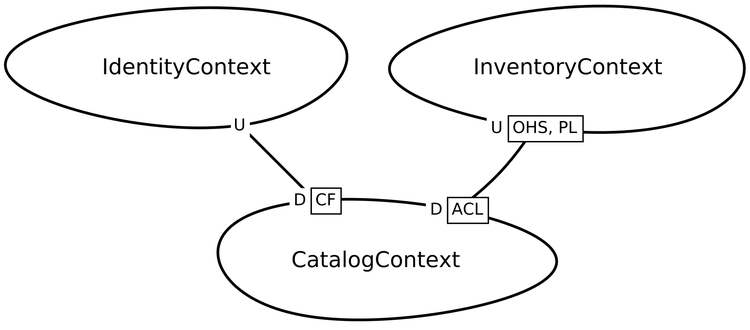
This is src-gen/movies-albrains_ContextMap.png from movies-albrains/.github, a Graphviz export, as it was before one commit. Its source is kept beside it as src-gen/movies-albrains_ContextMap.gv.
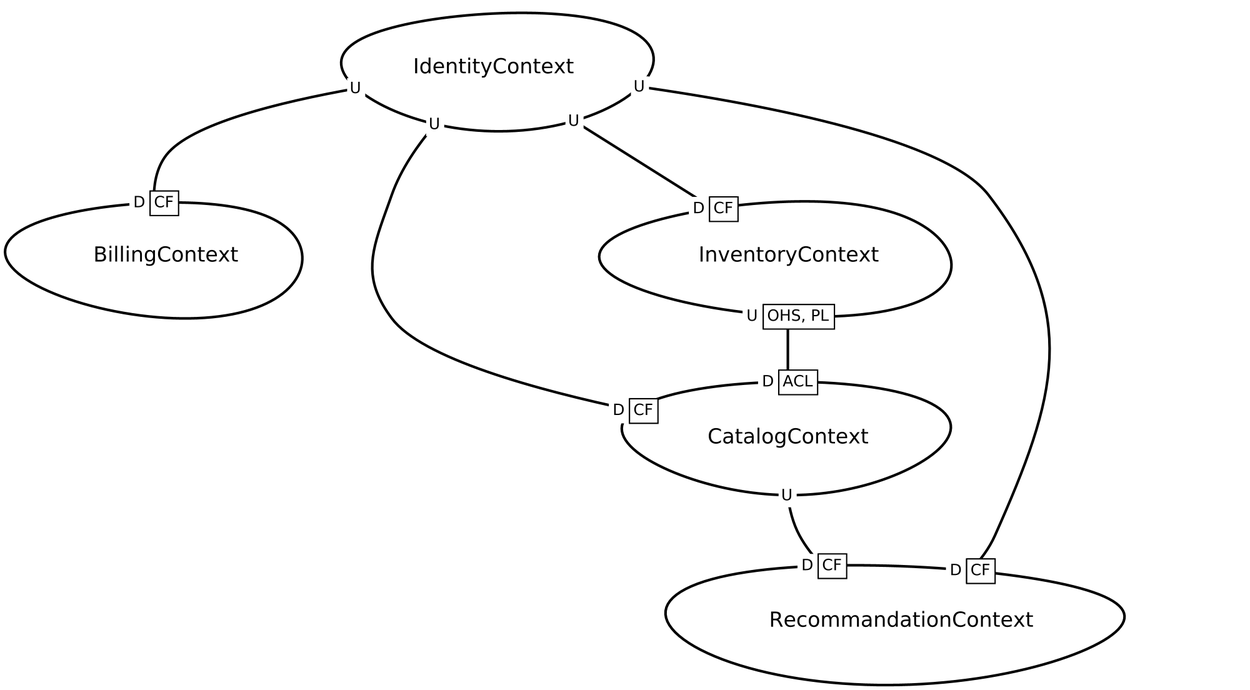
After the commit.

Commit message:
update context map

What changed in the source:
```diff
@@ -1,9 +1,31 @@
 digraph "ContextMapGraph" {
 graph ["imagepath"="/tmp/GraphvizJava"]
-"CatalogContext" ["margin"="0.3","orientation"="167","shape"="egg","fontsize"="16","style"="bold","label"="CatalogContext\n","fontname"="sans-serif"]
-"IdentityContext" ["margin"="0.3","orientation"="18","shape"="egg","fontsize"="16","style"="bold","label"="IdentityContext\n","fontname"="sans-serif"]
-"InventoryContext" ["margin"="0.3","orientation"="98","shape"="egg","fontsize"="16","style"="bold","label"="InventoryContext\n","fontname"="sans-serif"]
+"BillingContext" ["margin"="0.3","orientation"="3","shape"="egg","fontsize"="16","style"="bold","label"="BillingContext\n","fontname"="sans-serif"]
+"CatalogContext" ["margin"="0.3","orientation"="32","shape"="egg","fontsize"="16","style"="bold","label"="CatalogContext\n","fontname"="sans-serif"]
+"RecommandationContext" ["margin"="0.3","orientation"="67","shape"="egg","fontsize"="16","style"="bold","label"="RecommandationContext\n","fontname"="sans-serif"]
+"IdentityContext" ["margin"="0.3","orientation"="262","shape"="egg","fontsize"="16","style"="bold","label"="IdentityContext\n","fontname"="sans-serif"]
+"InventoryContext" ["margin"="0.3","orientation"="300","shape"="egg","fontsize"="16","style"="bold","label"="InventoryContext\n","fontname"="sans-serif"]
+"CatalogContext" -> "RecommandationContext" ["headlabel"=<<table cellspacing="0" cellborder="1" border="0">
+<tr><td bgcolor="white" sides="r">D</td><td sides="trbl" bgcolor="white"><font>CF</font></td></tr>
+</table>>,"labeldistance"="0","fontsize"="12","taillabel"=<<table cellspacing="0" cellborder="0" border="0">
+<tr><td bgcolor="white">U</td></tr>
+</table>>,"style"="bold","label"="                                        ","dir"="none","fontname"="sans-serif"]
 "IdentityContext" -> "CatalogContext" ["headlabel"=<<table cellspacing="0" cellborder="1" border="0">
+<tr><td bgcolor="white" sides="r">D</td><td sides="trbl" bgcolor="white"><font>CF</font></td></tr>
+</table>>,"labeldistance"="0","fontsize"="12","taillabel"=<<table cellspacing="0" cellborder="0" border="0">
+<tr><td bgcolor="white">U</td></tr>
+</table>>,"style"="bold","label"="                                        ","dir"="none","fontname"="sans-serif"]
+"IdentityContext" -> "BillingContext" ["headlabel"=<<table cellspacing="0" cellborder="1" border="0">
+<tr><td bgcolor="white" sides="r">D</td><td sides="trbl" bgcolor="white"><font>CF</font></td></tr>
+</table>>,"labeldistance"="0","fontsize"="12","taillabel"=<<table cellspacing="0" cellborder="0" border="0">
+<tr><td bgcolor="white">U</td></tr>
+</table>>,"style"="bold","label"="                                        ","dir"="none","fontname"="sans-serif"]
+"IdentityContext" -> "RecommandationContext" ["headlabel"=<<table cellspacing="0" cellborder="1" border="0">
+<tr><td bgcolor="white" sides="r">D</td><td sides="trbl" bgcolor="white"><font>CF</font></td></tr>
+</table>>,"labeldistance"="0","fontsize"="12","taillabel"=<<table cellspacing="0" cellborder="0" border="0">
+<tr><td bgcolor="white">U</td></tr>
+</table>>,"style"="bold","label"="                                        ","dir"="none","fontname"="sans-serif"]
+"IdentityContext" -> "InventoryContext" ["headlabel"=<<table cellspacing="0" cellborder="1" border="0">
 <tr><td bgcolor="white" sides="r">D</td><td sides="trbl" bgcolor="white"><font>CF</font></td></tr>
 </table>>,"labeldistance"="0","fontsize"="12","taillabel"=<<table cellspacing="0" cellborder="0" border="0">
 <tr><td bgcolor="white">U</td></tr>
```
